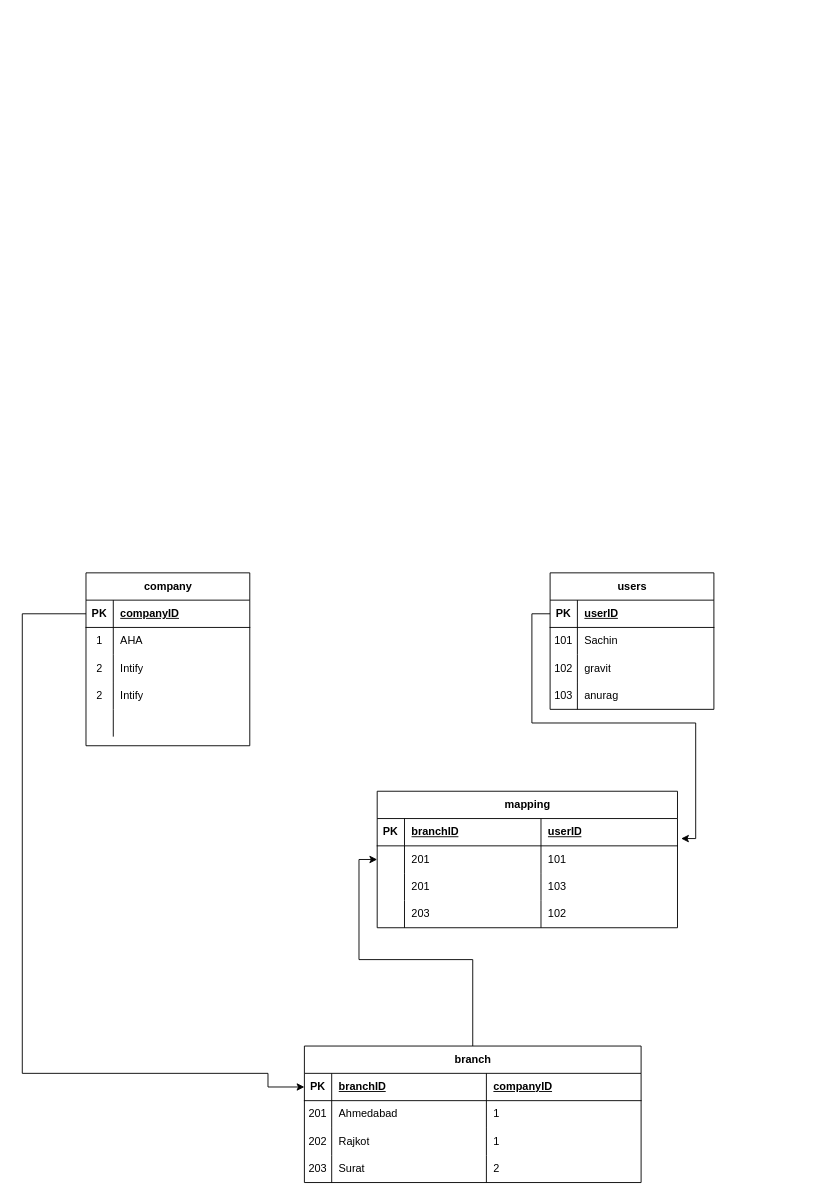
Above: companyManage.drawio in sachinsingh4/diagramManage (draw.io), before the change. Source tidied: cells renumbered, new cells numbered last; positions are measured from the earlier drawing's top-left corner, leaving out a move shared by most shapes. Both pictures are drawn from the tidied source at 91%, with x=0, y=0 at pixel (22, 572).
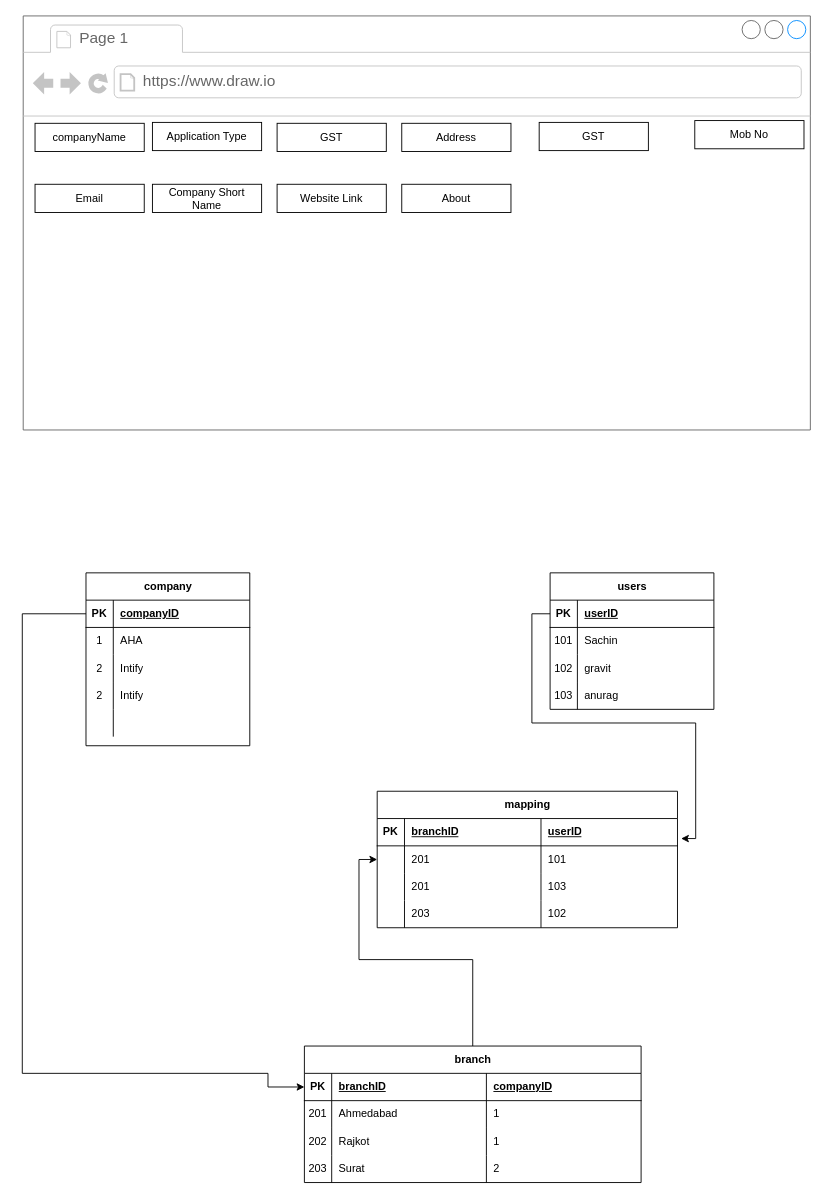
The same page after the edit.

The edit, as a diff of the source:
```diff
@@
+    <mxCell id="68" style="strokeWidth=1;shadow=0;dashed=0;align=center;html=1;shape=mxgraph.mockup.containers.browserWindow;rSize=0;strokeColor=#666666;strokeColor2=#008cff;strokeColor3=#c4c4c4;mainText=,;" parent="1" vertex="1">
+      <mxGeometry x="1" y="-612" width="865" height="455" as="geometry" />
+    </mxCell>
+    <mxCell id="69" value="Page 1" style="strokeWidth=1;shadow=0;dashed=0;align=center;html=1;shape=mxgraph.mockup.containers.anchor;fontSize=17;fontColor=#666666;align=left;whiteSpace=wrap;" parent="68" vertex="1">
+      <mxGeometry x="60" y="12" width="110" height="26" as="geometry" />
+    </mxCell>
+    <mxCell id="70" value="https://www.draw.io" style="strokeWidth=1;shadow=0;dashed=0;align=center;html=1;shape=mxgraph.mockup.containers.anchor;rSize=0;fontSize=17;fontColor=#666666;align=left;" parent="68" vertex="1">
+      <mxGeometry x="130" y="60" width="250" height="26" as="geometry" />
+    </mxCell>
+    <mxCell id="71" value="companyName" style="rounded=0;whiteSpace=wrap;html=1;" parent="68" vertex="1">
+      <mxGeometry x="13" y="118" width="120" height="31" as="geometry" />
+    </mxCell>
+    <mxCell id="72" value="GST" style="rounded=0;whiteSpace=wrap;html=1;" parent="68" vertex="1">
+      <mxGeometry x="279" y="118" width="120" height="31" as="geometry" />
+    </mxCell>
+    <mxCell id="73" value="Application Type" style="rounded=0;whiteSpace=wrap;html=1;" parent="68" vertex="1">
+      <mxGeometry x="142" y="117" width="120" height="31" as="geometry" />
+    </mxCell>
+    <mxCell id="74" value="Address" style="rounded=0;whiteSpace=wrap;html=1;" parent="68" vertex="1">
+      <mxGeometry x="416" y="118" width="120" height="31" as="geometry" />
+    </mxCell>
+    <mxCell id="75" value="GST" style="rounded=0;whiteSpace=wrap;html=1;" parent="68" vertex="1">
+      <mxGeometry x="567" y="117" width="120" height="31" as="geometry" />
+    </mxCell>
+    <mxCell id="76" value="Mob No" style="rounded=0;whiteSpace=wrap;html=1;" parent="68" vertex="1">
+      <mxGeometry x="738" y="115" width="120" height="31" as="geometry" />
+    </mxCell>
+    <mxCell id="77" value="Email" style="rounded=0;whiteSpace=wrap;html=1;" parent="68" vertex="1">
+      <mxGeometry x="13" y="185" width="120" height="31" as="geometry" />
+    </mxCell>
+    <mxCell id="78" value="Company Short Name" style="rounded=0;whiteSpace=wrap;html=1;" parent="68" vertex="1">
+      <mxGeometry x="142" y="185" width="120" height="31" as="geometry" />
+    </mxCell>
+    <mxCell id="79" value="Website Link" style="rounded=0;whiteSpace=wrap;html=1;" parent="68" vertex="1">
+      <mxGeometry x="279" y="185" width="120" height="31" as="geometry" />
+    </mxCell>
+    <mxCell id="80" value="About" style="rounded=0;whiteSpace=wrap;html=1;" parent="68" vertex="1">
+      <mxGeometry x="416" y="185" width="120" height="31" as="geometry" />
+    </mxCell>
```
